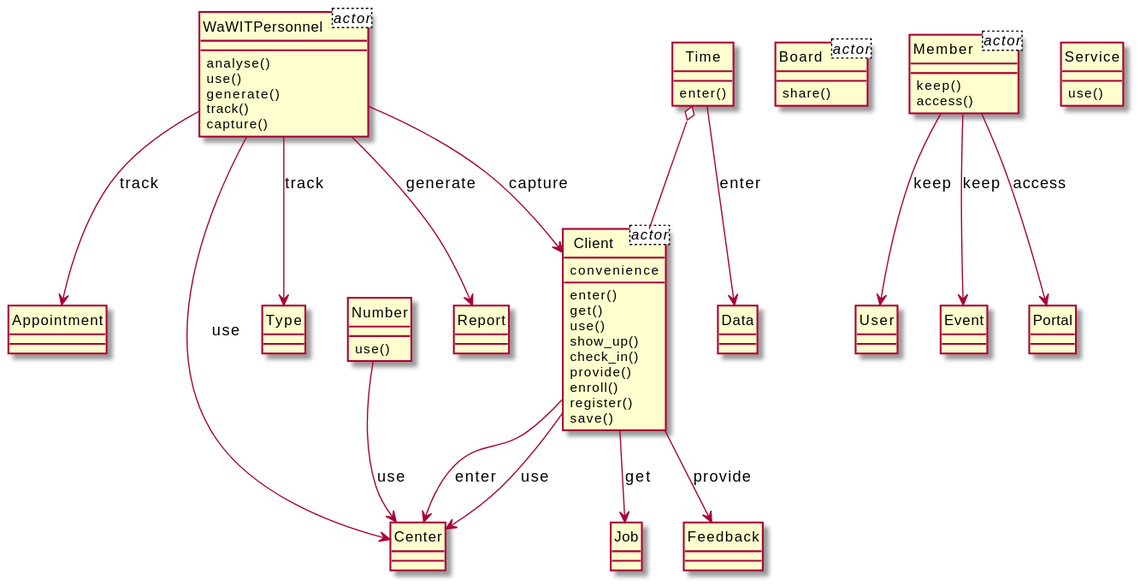
Earlier version of the PlantUML export output/diagram_5/2014-USC-Project14.svg (xixixhalu/DomainModelExtractor).
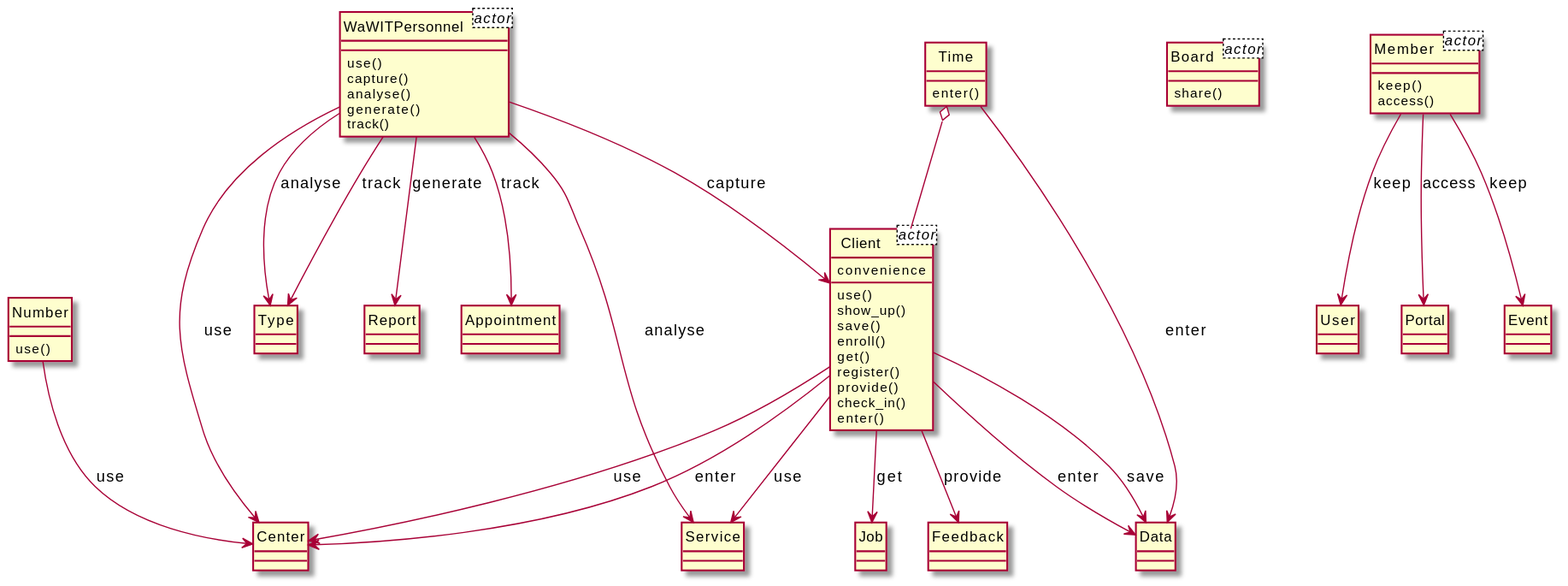
After the change.

What changed in the source:
```diff
@@ -9,35 +9,29 @@
 }
 class WaWITPersonnel<actor> {
 }
+class Client {
+	use()
+	show_up()
+	save()
+	enroll()
+	get()
+	register()
+	provide()
+	check_in()
+	enter()
+}
 class WaWITPersonnel {
+	use()
+	capture()
 	analyse()
-	use()
 	generate()
 	track()
-	capture()
 }
-class Appointment {
+class Type {
+}
+class Report {
 }
 class Center {
-}
-class Client {
-	enter()
-	get()
-	use()
-	show_up()
-	check_in()
-	provide()
-	enroll()
-	register()
-	save()
-}
-class Time {
-	enter()
-}
-class Data {
-}
-class Number {
-	use()
 }
 class Member {
 	keep()
@@ -45,37 +39,47 @@
 }
 class User {
 }
-class Job {
-}
-class Service {
-	use()
-}
-class Event {
-}
-class Feedback {
+class Data {
 }
 class Portal {
 }
 class Board {
 	share()
 }
-class Type {
+class Time {
+	enter()
 }
-class Report {
+class Job {
 }
+class Event {
+}
+class Appointment {
+}
+class Number {
+	use()
+}
+class Service {
+}
+class Feedback {
+}
+WaWITPersonnel --> Type : track
+Member --> Portal : access
+Client --> Data : save
+Time o-- Client
+Time --> Data : enter
+WaWITPersonnel --> Report : generate
+Client --> Feedback : provide
+Client --> Center : use
+WaWITPersonnel --> Center : use
+WaWITPersonnel --> Client : capture
+Member --> User : keep
 Client --> Job : get
-Member --> User : keep
-WaWITPersonnel --> Type : track
-Time --> Data : enter
-WaWITPersonnel --> Center : use
-Member --> Portal : access
+Member --> Event : keep
+WaWITPersonnel --> Appointment : track
 Number --> Center : use
+Client --> Data : enter
+WaWITPersonnel --> Service : analyse
+Client --> Service : use
+WaWITPersonnel --> Type : analyse
 Client --> Center : enter
-Member --> Event : keep
-WaWITPersonnel --> Report : generate
-WaWITPersonnel --> Client : capture
-Client --> Center : use
-Time o-- Client
-Client --> Feedback : provide
-WaWITPersonnel --> Appointment : track
 @enduml
```
